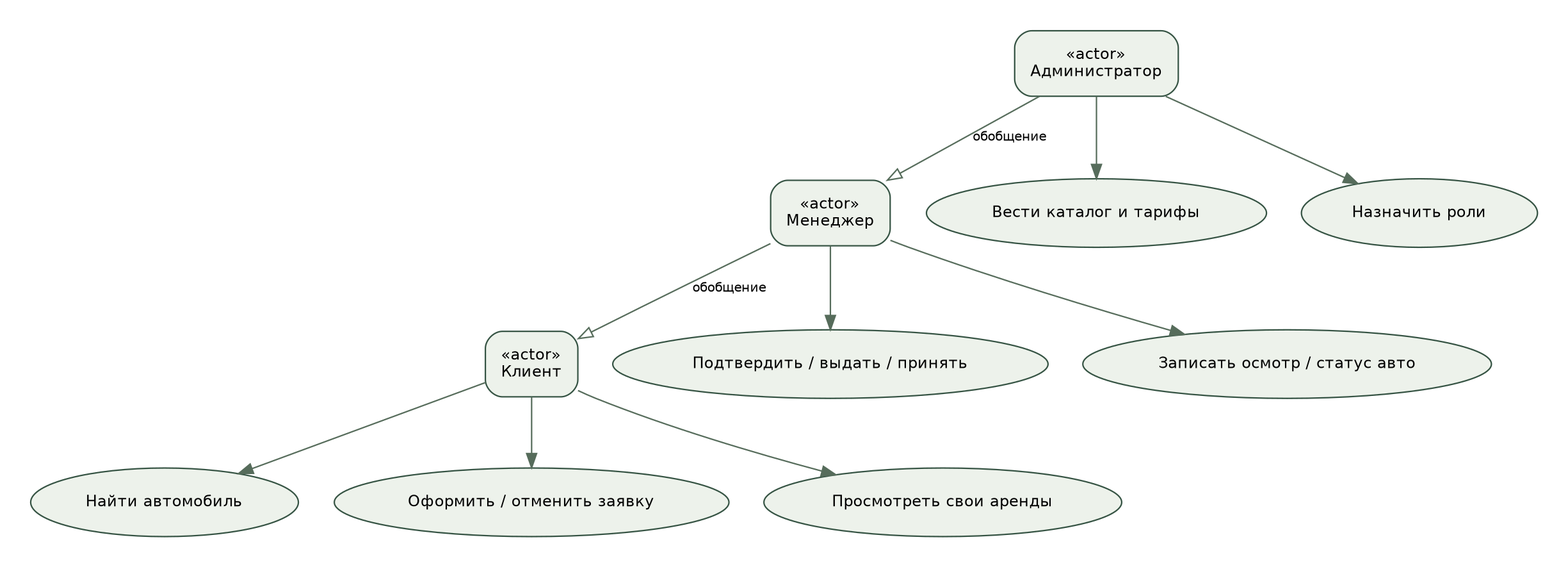
This is docs/diagrams/usecase.png from alexander2007B/cursovaya, a Graphviz export, as it was before one commit. Its source is kept beside it as docs/diagrams/usecase.dot.
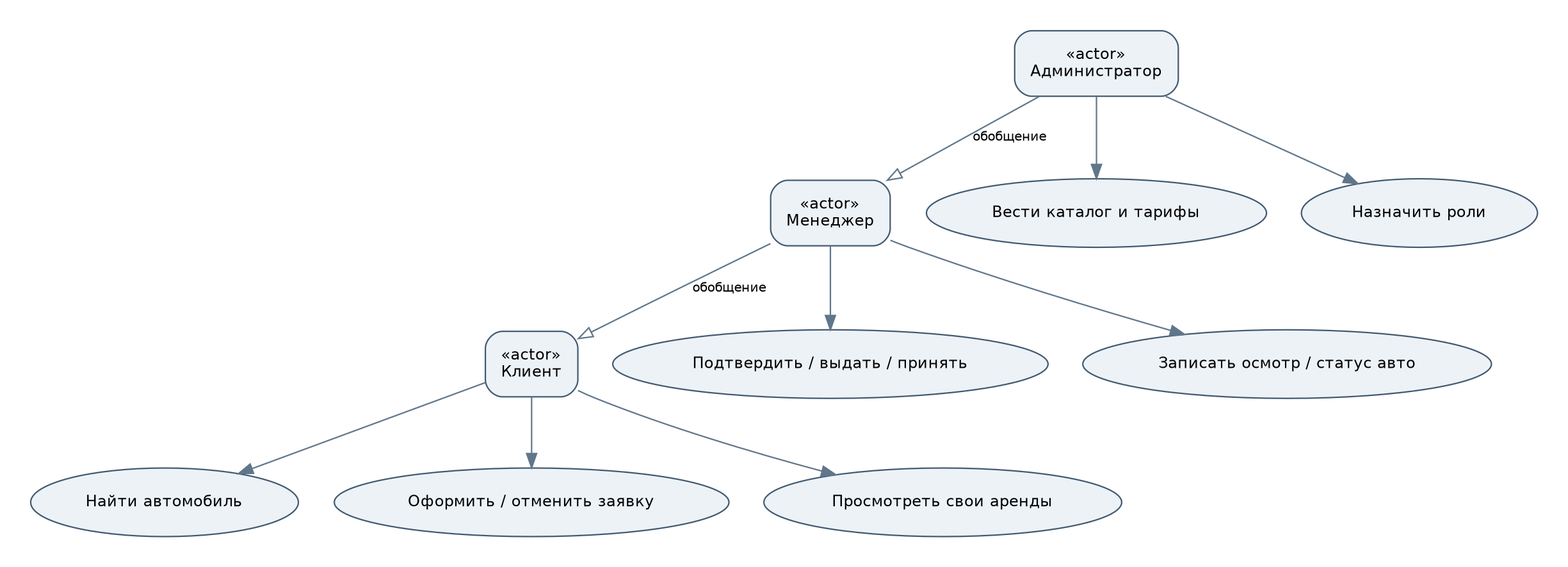
Later version of the same file.

Change to the diagram source:
```diff
@@ -1,4 +1,4 @@
-digraph G {graph [fontname="DejaVu Sans",bgcolor="white",pad="0.3",ranksep="0.65",nodesep="0.35"]; node [fontname="DejaVu Sans",fontsize=11,shape=box,style="rounded,filled",fillcolor="#edf2eb",color="#355343",margin="0.15"]; edge [fontname="DejaVu Sans",fontsize=9,color="#566c5b"];rankdir=TB;client[label="«actor»
+digraph G {graph [fontname="DejaVu Sans",bgcolor="white",pad="0.3",ranksep="0.65",nodesep="0.35"]; node [fontname="DejaVu Sans",fontsize=11,shape=box,style="rounded,filled",fillcolor="#edf2f7",color="#425a70",margin="0.15"]; edge [fontname="DejaVu Sans",fontsize=9,color="#60768a"];rankdir=TB;client[label="«actor»
 Клиент"];manager[label="«actor»
 Менеджер"];admin[label="«actor»
 Администратор"];node[shape=ellipse];catalog[label="Найти автомобиль"];book[label="Оформить / отменить заявку"];profile[label="Просмотреть свои аренды"];process[label="Подтвердить / выдать / принять"];service[label="Записать осмотр / статус авто"];fleet[label="Вести каталог и тарифы"];roles[label="Назначить роли"];client->catalog;client->book;client->profile;manager->process;manager->service;admin->fleet;admin->roles;admin->manager[label="обобщение",arrowhead=empty];manager->client[label="обобщение",arrowhead=empty];}
```
